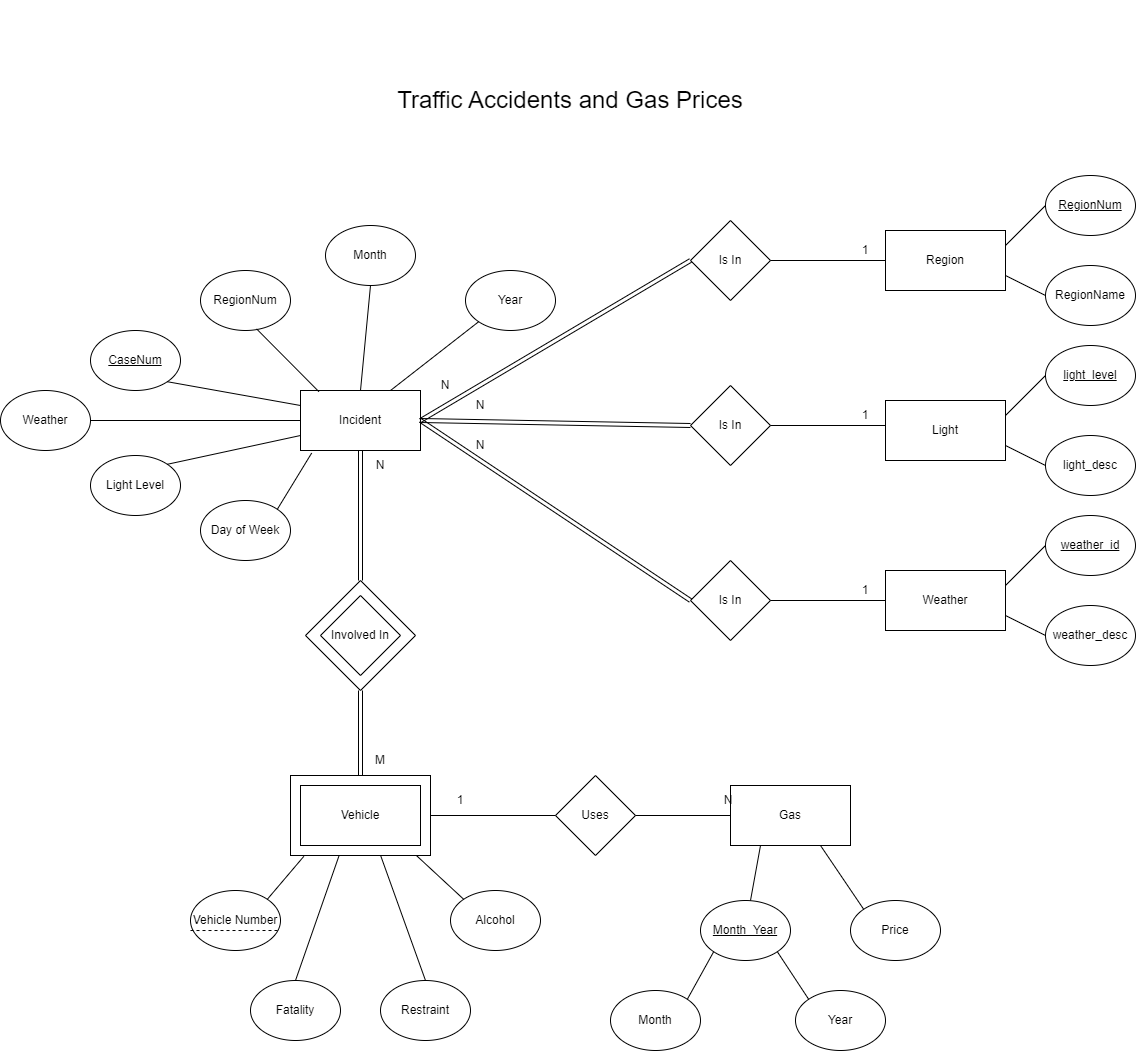
clondon0792/Final_Project_Repo keeps this draw.io diagram as Diagrams/UCD_Group_9_ERD.drawio.png. Above is the earlier version. Source tidied: cells renumbered, new cells last; positions are measured from the earlier drawing's top-left corner, leaving out a move shared by most shapes.
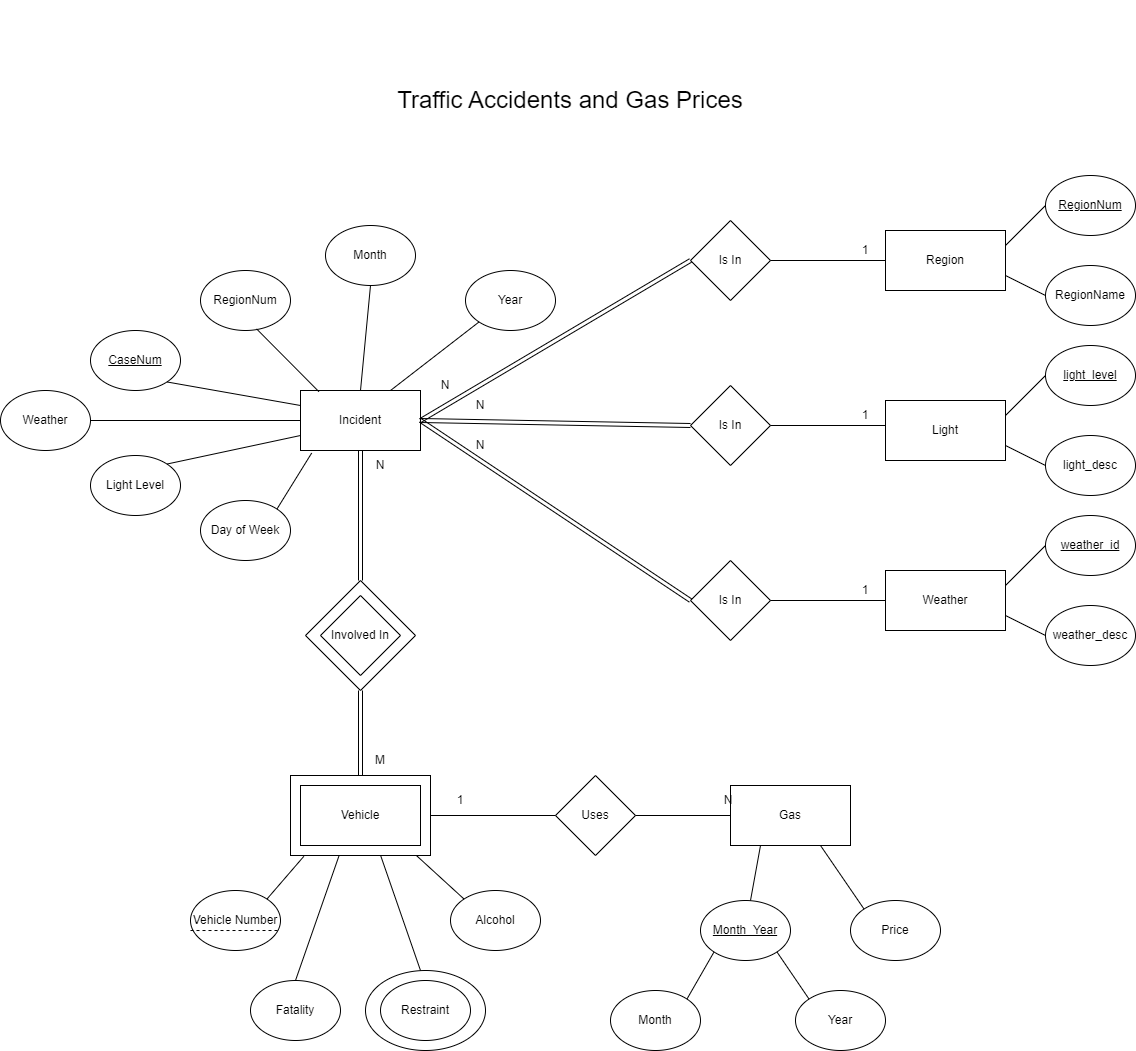
Above is the later version.

Change to the diagram source:
```diff
@@ -2,6 +2,9 @@
   <root>
     <mxCell id="0" />
     <mxCell id="1" parent="0" />
+    <mxCell id="79" value="Restraint" style="ellipse;whiteSpace=wrap;html=1;" parent="1" vertex="1">
+      <mxGeometry x="365" y="970" width="120" height="80" as="geometry" />
+    </mxCell>
     <mxCell id="2" value="Incident" style="rounded=0;whiteSpace=wrap;html=1;" parent="1" vertex="1">
       <mxGeometry x="300" y="390" width="120" height="60" as="geometry" />
     </mxCell>
@@ -109,8 +112,10 @@
     <mxCell id="36" style="endArrow=none;html=1;rounded=0;entryX=0.095;entryY=1.011;entryDx=0;entryDy=0;entryPerimeter=0;exitX=1;exitY=0;exitDx=0;exitDy=0;" parent="1" edge="1" source="13" target="11">
       <mxGeometry relative="1" as="geometry" />
     </mxCell>
-    <mxCell id="37" style="endArrow=none;html=1;rounded=0;entryX=0.5;entryY=0;entryDx=0;entryDy=0;exitX=0.645;exitY=1.006;exitDx=0;exitDy=0;exitPerimeter=0;" parent="1" edge="1" source="11" target="31">
-      <mxGeometry relative="1" as="geometry" />
+    <mxCell id="37" style="endArrow=none;html=1;rounded=0;exitX=0.645;exitY=1.006;exitDx=0;exitDy=0;exitPerimeter=0;" parent="1" edge="1" source="11">
+      <mxGeometry relative="1" as="geometry">
+        <mxPoint x="420" y="970" as="targetPoint" />
+      </mxGeometry>
     </mxCell>
     <mxCell id="38" style="endArrow=none;html=1;rounded=0;entryX=0.5;entryY=0;entryDx=0;entryDy=0;exitX=0.348;exitY=0.996;exitDx=0;exitDy=0;exitPerimeter=0;" parent="1" edge="1" source="11" target="33">
       <mxGeometry relative="1" as="geometry" />
```
